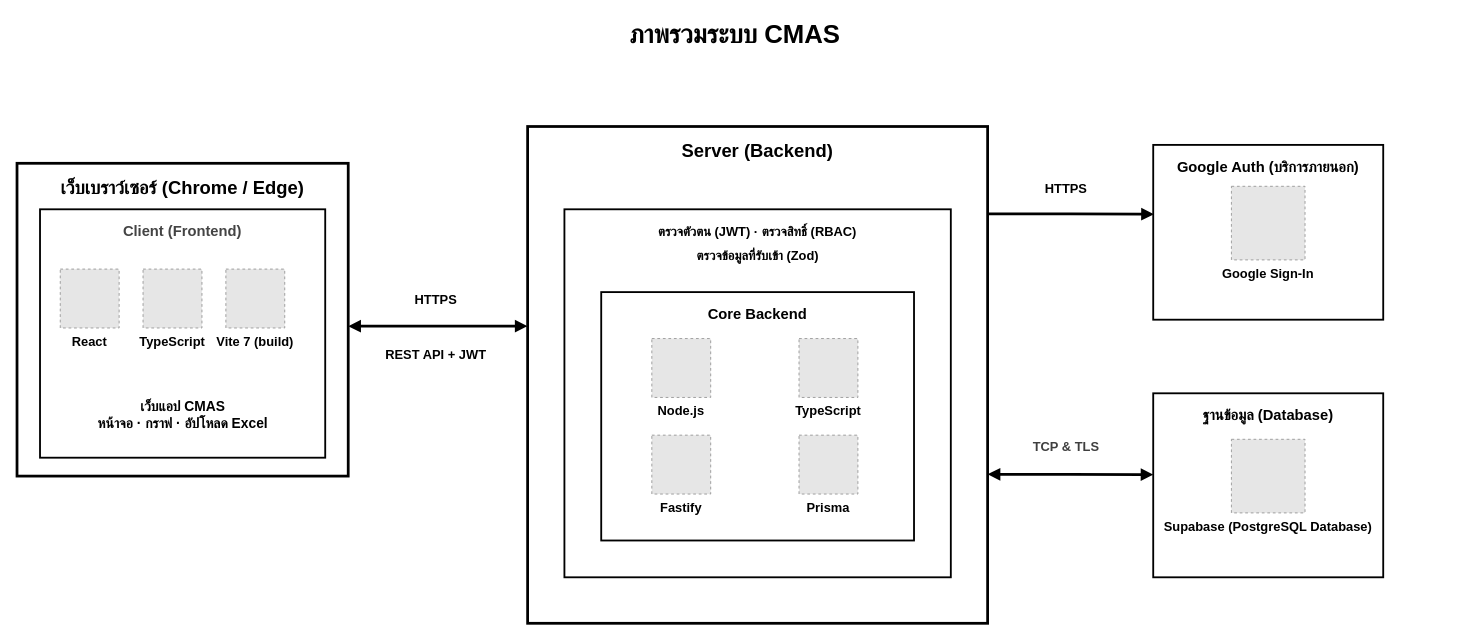
Earlier version of the draw.io diagram page "Overview (simple)" (1 of 4) of docs/diagrams/architecture/CMAS-Architecture-Overview.drawio (SIET-KMITL-INCEPTIO/CMAS-CLO). Source tidied: cells renumbered, new cells numbered last; positions are measured from the earlier drawing's top-left corner, leaving out a move shared by most shapes. Both pictures are drawn from the tidied source at 92%, with x=0, y=0 at pixel (17, 16). Pictures stored in the file or linked from it are replaced by grey dashed boxes.
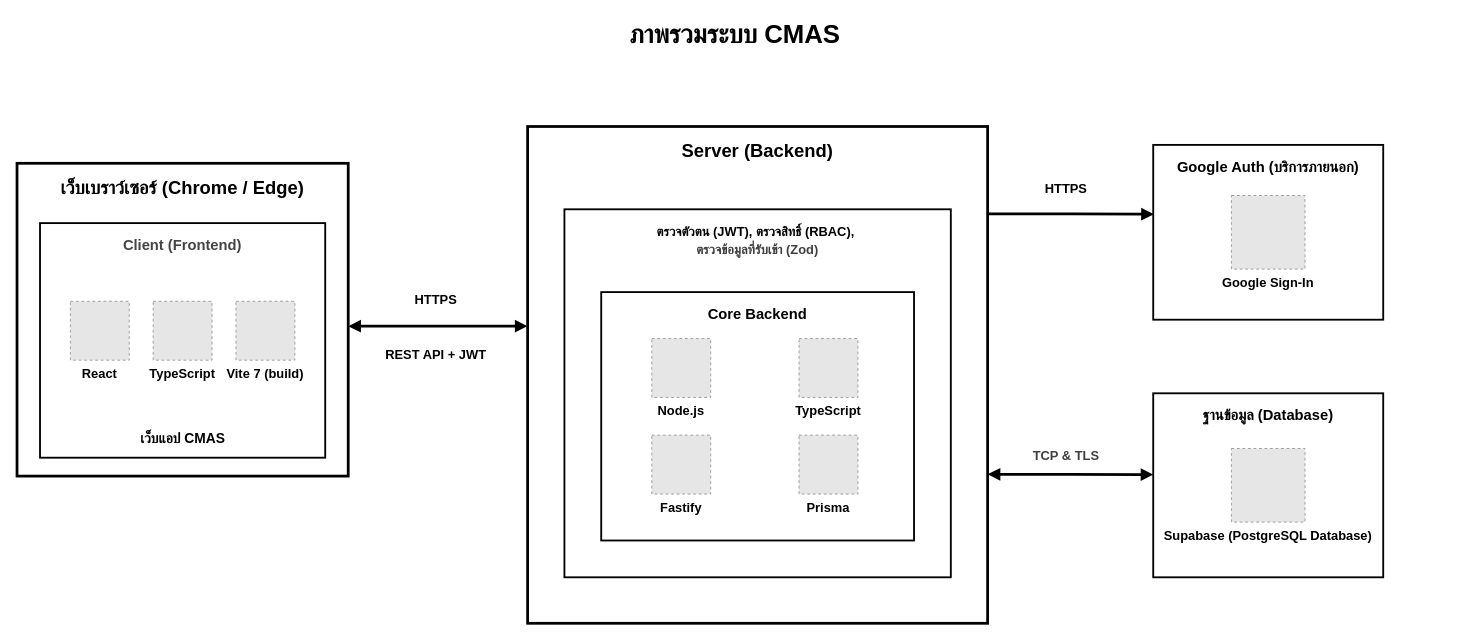
The same page after the edit.

What changed in the source:
```diff
@@
     <mxCell id="4" value="Client (Frontend)" style="rounded=0;whiteSpace=wrap;html=1;fillColor=none;strokeColor=#000000;strokeWidth=2;fontSize=16;fontStyle=1;verticalAlign=top;align=center;spacingTop=8;fontColor=#444444;" parent="1" vertex="1">
-      <mxGeometry x="25" y="210" width="310" height="270" as="geometry" />
+      <mxGeometry x="25" y="225" width="310" height="255" as="geometry" />
     </mxCell>
     <mxCell id="5" value="React" style="fillColor=#E6E6E6;strokeColor=#999999;dashed=1;verticalLabelPosition=bottom;verticalAlign=top;labelBackgroundColor=none;fontSize=14;fontStyle=1;" parent="1" vertex="1">
-      <mxGeometry x="47" y="275" width="64" height="64" as="geometry" />
+      <mxGeometry x="58" y="310" width="64" height="64" as="geometry" />
     </mxCell>
     <mxCell id="6" value="TypeScript" style="fillColor=#E6E6E6;strokeColor=#999999;dashed=1;verticalLabelPosition=bottom;verticalAlign=top;labelBackgroundColor=none;fontSize=14;fontStyle=1;" parent="1" vertex="1">
-      <mxGeometry x="137" y="275" width="64" height="64" as="geometry" />
+      <mxGeometry x="148" y="310" width="64" height="64" as="geometry" />
     </mxCell>
     <mxCell id="7" value="Vite 7 (build)" style="fillColor=#E6E6E6;strokeColor=#999999;dashed=1;verticalLabelPosition=bottom;verticalAlign=top;labelBackgroundColor=none;fontSize=14;fontStyle=1;" parent="1" vertex="1">
-      <mxGeometry x="227" y="275" width="64" height="64" as="geometry" />
+      <mxGeometry x="238" y="310" width="64" height="64" as="geometry" />
     </mxCell>
-    <mxCell id="8" value="เว็บแอป CMAS&lt;br&gt;หน้าจอ · กราฟ · อัปโหลด Excel" style="text;html=1;align=center;verticalAlign=middle;fontStyle=1;fontSize=15;" parent="1" vertex="1">
-      <mxGeometry x="35" y="405" width="290" height="55" as="geometry" />
+    <mxCell id="8" value="เว็บแอป CMAS" style="text;html=1;align=center;verticalAlign=middle;fontStyle=1;fontSize=15;" parent="1" vertex="1">
+      <mxGeometry x="35" y="430" width="290" height="55" as="geometry" />
     </mxCell>
@@
-    <mxCell id="13" value="&lt;font style=&quot;font-size: 14px;&quot;&gt;ตรวจตัวตน (JWT) · ตรวจสิทธิ์ (RBAC)&lt;/font&gt;" style="rounded=0;whiteSpace=wrap;html=1;fillColor=none;strokeColor=#000000;strokeWidth=2;fontSize=16;fontStyle=1;verticalAlign=top;align=center;spacingTop=8;" parent="1" vertex="1">
+    <mxCell id="13" value="&lt;font style=&quot;font-size: 14px;&quot;&gt;ตรวจตัวตน (JWT), ตรวจสิทธิ์ (RBAC),&amp;nbsp;&lt;/font&gt;&lt;div&gt;&lt;span style=&quot;color: rgb(63, 63, 63); font-size: 14px; white-space: nowrap;&quot;&gt;ตรวจข้อมูลที่รับเข้า (Zod)&lt;/span&gt;&lt;/div&gt;" style="rounded=0;whiteSpace=wrap;html=1;fillColor=none;strokeColor=#000000;strokeWidth=2;fontSize=16;fontStyle=1;verticalAlign=top;align=center;spacingTop=8;" parent="1" vertex="1">
       <mxGeometry x="595" y="210" width="420" height="400" as="geometry" />
     </mxCell>
@@
-    <mxCell id="19" value="&lt;font style=&quot;font-size: 14px;&quot;&gt;ตรวจข้อมูลที่รับเข้า (Zod)&lt;/font&gt;" style="text;html=1;align=center;verticalAlign=middle;fontStyle=1;fontSize=15;" parent="1" vertex="1">
-      <mxGeometry x="635" y="245" width="340" height="30" as="geometry" />
-    </mxCell>
@@
     <mxCell id="21" value="Google Sign-In" style="fillColor=#E6E6E6;strokeColor=#999999;dashed=1;verticalLabelPosition=bottom;verticalAlign=top;labelBackgroundColor=none;fontSize=14;fontStyle=1;" parent="1" vertex="1">
-      <mxGeometry x="1320" y="185" width="80" height="80" as="geometry" />
+      <mxGeometry x="1320" y="195" width="80" height="80" as="geometry" />
     </mxCell>
@@
     <mxCell id="23" value="Supabase (PostgreSQL Database)" style="fillColor=#E6E6E6;strokeColor=#999999;dashed=1;verticalLabelPosition=bottom;verticalAlign=top;labelBackgroundColor=none;fontSize=14;fontStyle=1;" parent="1" vertex="1">
-      <mxGeometry x="1320" y="460" width="80" height="80" as="geometry" />
+      <mxGeometry x="1320" y="470" width="80" height="80" as="geometry" />
     </mxCell>
@@
     <mxCell id="27" value="&lt;span style=&quot;color: rgb(63, 63, 63); font-size: 14px; background-color: rgb(255, 255, 255);&quot;&gt;TCP &amp;amp; TLS&lt;/span&gt;" style="text;html=1;align=center;verticalAlign=middle;fontStyle=1;fontSize=20;" parent="1" vertex="1">
-      <mxGeometry x="1060" y="450" width="160" height="30" as="geometry" />
+      <mxGeometry x="1060" y="460" width="160" height="30" as="geometry" />
     </mxCell>
```
